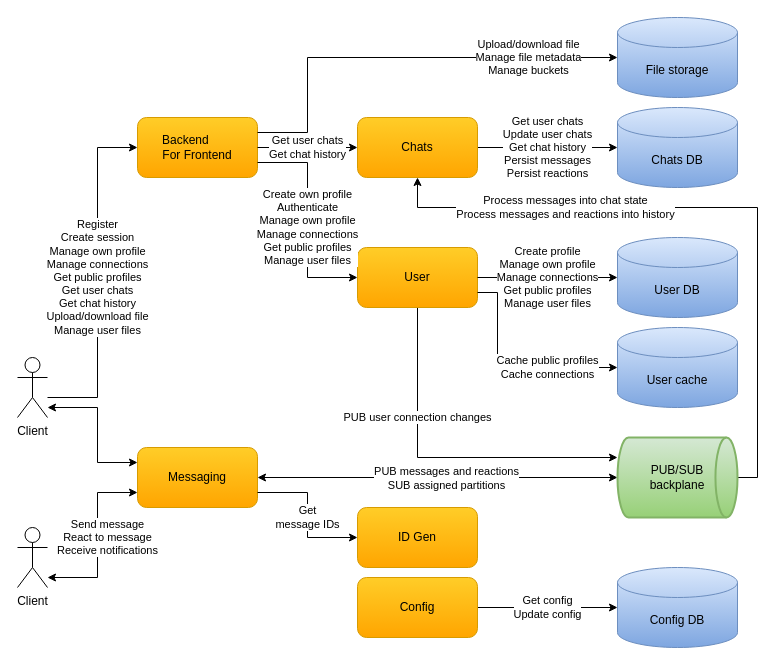
Earlier version of the draw.io diagram docs/diagrams/cecochat-overall.drawio (cvetomir-todorov/CecoChat). Source tidied: cells renumbered, new cells numbered last; positions are measured from the earlier drawing's top-left corner, leaving out a move shared by most shapes. Both pictures are drawn from the tidied source at 100%, with x=0, y=0 at pixel (17, 17).
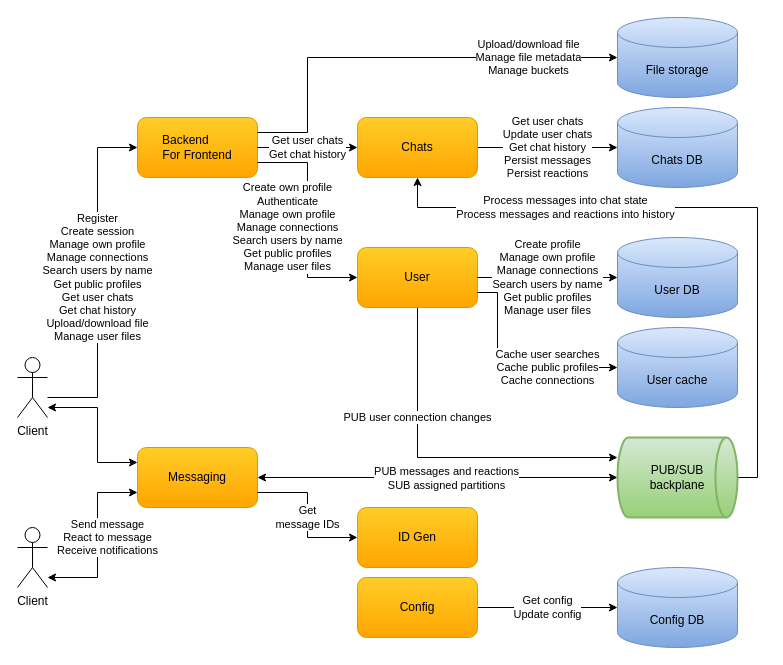
After the change.

Commit message (it also covers changes not shown here):
Update diagrams with support for searching users by name

The change refers to these unchanged cells:
```xml
<mxCell id="4" value="Client" style="shape=umlActor;verticalLabelPosition=bottom;verticalAlign=top;html=1;outlineConnect=0;" parent="1" vertex="1">
  <mxGeometry y="340" width="30" height="60" as="geometry" />
</mxCell>
<mxCell id="19" value="&lt;font style=&quot;font-size: 12px&quot;&gt;Backend&amp;nbsp; &amp;nbsp; &amp;nbsp; &amp;nbsp;&lt;br&gt;For Frontend&lt;/font&gt;" style="rounded=1;whiteSpace=wrap;html=1;gradientColor=#ffa500;fillColor=#ffcd28;strokeColor=#d79b00;" parent="1" vertex="1">
  <mxGeometry x="120" y="100" width="120" height="60" as="geometry" />
</mxCell>
<mxCell id="22" value="&lt;font style=&quot;font-size: 12px&quot;&gt;User&lt;/font&gt;" style="rounded=1;whiteSpace=wrap;html=1;gradientColor=#ffa500;fillColor=#ffcd28;strokeColor=#d79b00;" parent="1" vertex="1">
  <mxGeometry x="340" y="230" width="120" height="60" as="geometry" />
</mxCell>
<mxCell id="23" value="User DB" style="shape=cylinder3;whiteSpace=wrap;html=1;boundedLbl=1;backgroundOutline=1;size=15;gradientColor=#7ea6e0;fillColor=#dae8fc;strokeColor=#6c8ebf;" parent="1" vertex="1">
  <mxGeometry x="600" y="220" width="120" height="80" as="geometry" />
</mxCell>
<mxCell id="26" value="User cache" style="shape=cylinder3;whiteSpace=wrap;html=1;boundedLbl=1;backgroundOutline=1;size=15;gradientColor=#7ea6e0;fillColor=#dae8fc;strokeColor=#6c8ebf;" parent="1" vertex="1">
  <mxGeometry x="600" y="310" width="120" height="80" as="geometry" />
</mxCell>
```

The edit, as a diff of the source:
```diff
@@
-    <mxCell id="3" value="Register&lt;br&gt;Create session&lt;br&gt;Manage own&amp;nbsp;profile&lt;br&gt;Manage connections&lt;br&gt;Get public profiles&lt;br style=&quot;border-color: var(--border-color);&quot;&gt;Get user chats&lt;br&gt;Get chat history&lt;br&gt;Upload/download file&lt;br&gt;Manage user files" style="edgeStyle=orthogonalEdgeStyle;rounded=0;jettySize=auto;html=1;entryX=0;entryY=0.5;entryDx=0;entryDy=0;" parent="1" edge="1" source="4" target="19">
+    <mxCell id="3" value="Register&lt;br&gt;Create session&lt;br&gt;Manage own&amp;nbsp;profile&lt;br&gt;Manage connections&lt;br&gt;Search users by name&lt;br&gt;Get public profiles&lt;br style=&quot;border-color: var(--border-color);&quot;&gt;Get user chats&lt;br&gt;Get chat history&lt;br&gt;Upload/download file&lt;br&gt;Manage user files" style="edgeStyle=orthogonalEdgeStyle;rounded=0;jettySize=auto;html=1;entryX=0;entryY=0.5;entryDx=0;entryDy=0;" parent="1" edge="1" source="4" target="19">
       <mxGeometry relative="1" as="geometry">
         <Array as="points">
           <mxPoint x="80" y="380" />
           <mxPoint x="80" y="130" />
         </Array>
       </mxGeometry>
     </mxCell>
@@
-    <mxCell id="24" value="&lt;font style=&quot;font-size: 11px&quot;&gt;Create profile&lt;br&gt;Manage own profile&lt;br style=&quot;border-color: var(--border-color);&quot;&gt;Manage connections&lt;br&gt;Get public profiles&lt;br&gt;Manage user files&lt;br&gt;&lt;/font&gt;" style="rounded=0;jettySize=auto;html=1;entryX=0;entryY=0.5;entryDx=0;entryDy=0;entryPerimeter=0;startArrow=none;startFill=0;exitX=1;exitY=0.5;exitDx=0;exitDy=0;edgeStyle=orthogonalEdgeStyle;" parent="1" edge="1" source="22" target="23">
+    <mxCell id="24" value="&lt;font style=&quot;font-size: 11px&quot;&gt;Create profile&lt;br&gt;Manage own profile&lt;br style=&quot;border-color: var(--border-color);&quot;&gt;Manage connections&lt;br&gt;Search users by name&lt;br&gt;Get public profiles&lt;br&gt;Manage user files&lt;br&gt;&lt;/font&gt;" style="rounded=0;jettySize=auto;html=1;entryX=0;entryY=0.5;entryDx=0;entryDy=0;entryPerimeter=0;startArrow=none;startFill=0;exitX=1;exitY=0.5;exitDx=0;exitDy=0;edgeStyle=orthogonalEdgeStyle;" parent="1" edge="1" source="22" target="23">
       <mxGeometry relative="1" as="geometry" />
     </mxCell>
-    <mxCell id="25" value="Create own profile&lt;br style=&quot;border-color: var(--border-color);&quot;&gt;Authenticate&lt;br style=&quot;border-color: var(--border-color);&quot;&gt;Manage own profile&lt;br style=&quot;border-color: var(--border-color);&quot;&gt;Manage connections&lt;br&gt;Get public profiles&lt;br&gt;Manage user files" style="endArrow=classic;html=1;entryX=0;entryY=0.5;entryDx=0;entryDy=0;exitX=1;exitY=0.75;exitDx=0;exitDy=0;rounded=0;edgeStyle=orthogonalEdgeStyle;" parent="1" edge="1" source="19" target="22">
-      <mxGeometry x="0.07" relative="1" as="geometry">
+    <mxCell id="25" value="Create own profile&lt;br style=&quot;border-color: var(--border-color);&quot;&gt;Authenticate&lt;br style=&quot;border-color: var(--border-color);&quot;&gt;Manage own profile&lt;br style=&quot;border-color: var(--border-color);&quot;&gt;Manage connections&lt;br&gt;Search users by name&lt;br&gt;Get public profiles&lt;br&gt;Manage user files" style="endArrow=classic;html=1;entryX=0;entryY=0.5;entryDx=0;entryDy=0;exitX=1;exitY=0.75;exitDx=0;exitDy=0;rounded=0;edgeStyle=orthogonalEdgeStyle;" parent="1" edge="1" source="19" target="22">
+      <mxGeometry x="0.07" y="-20" relative="1" as="geometry">
         <Array as="points">
           <mxPoint x="290" y="145" />
           <mxPoint x="290" y="260" />
         </Array>
       </mxGeometry>
     </mxCell>
@@
-    <mxCell id="27" value="Cache public profiles&lt;br style=&quot;border-color: var(--border-color);&quot;&gt;Cache connections" style="rounded=0;jettySize=auto;html=1;entryX=0;entryY=0.5;entryDx=0;entryDy=0;entryPerimeter=0;exitX=1;exitY=0.75;exitDx=0;exitDy=0;edgeStyle=orthogonalEdgeStyle;" parent="1" edge="1" source="22" target="26">
+    <mxCell id="27" value="Cache user searches&lt;br&gt;Cache public profiles&lt;br style=&quot;border-color: var(--border-color);&quot;&gt;Cache connections" style="rounded=0;jettySize=auto;html=1;entryX=0;entryY=0.5;entryDx=0;entryDy=0;entryPerimeter=0;exitX=1;exitY=0.75;exitDx=0;exitDy=0;edgeStyle=orthogonalEdgeStyle;" parent="1" edge="1" source="22" target="26">
       <mxGeometry x="0.35" relative="1" as="geometry">
         <Array as="points">
           <mxPoint x="480" y="275" />
           <mxPoint x="480" y="350" />
         </Array>
       </mxGeometry>
     </mxCell>
```
